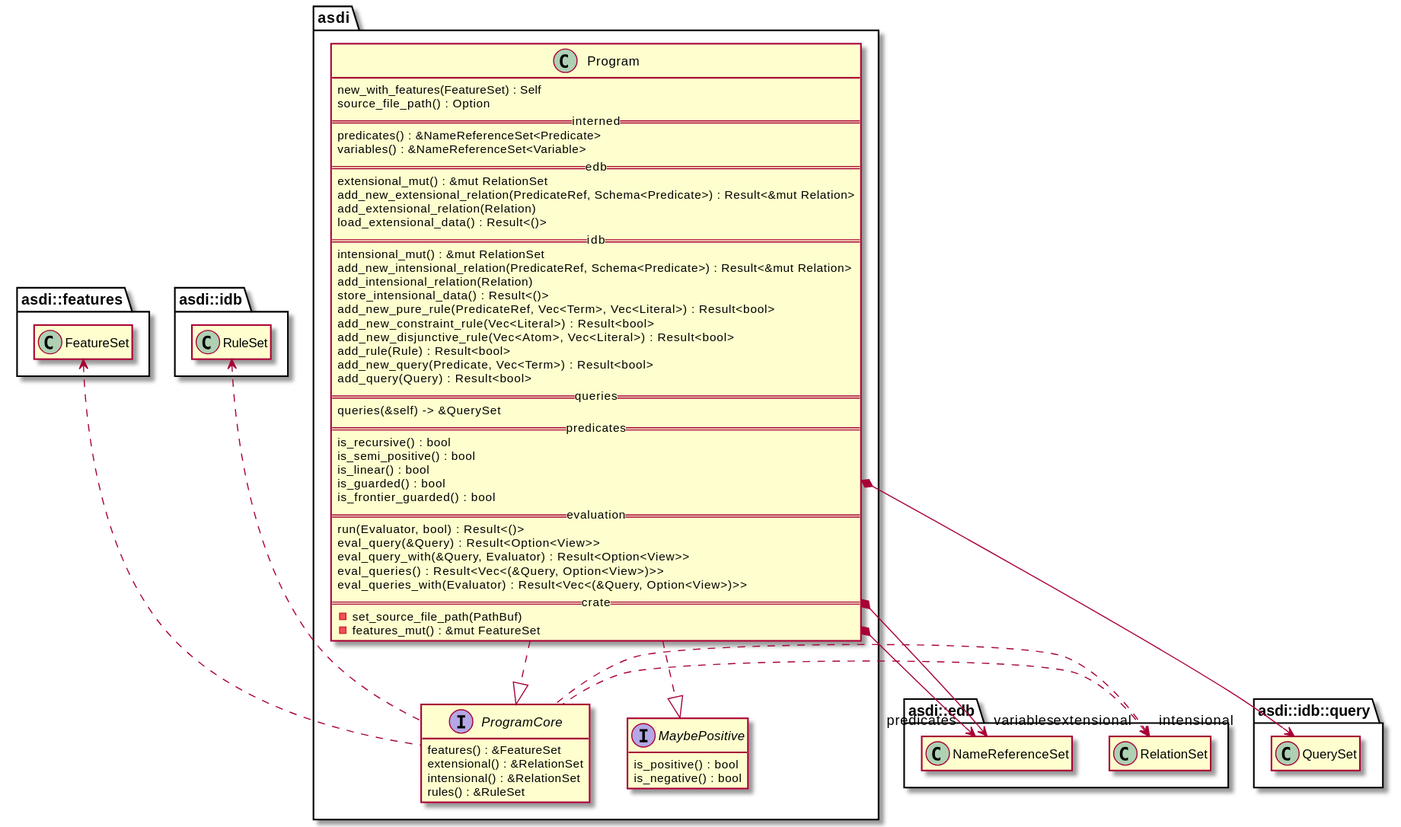
Before: book/src/model/lib_program.svg, a diagram exported from PlantUML (johnstonskj/rust-asdi).
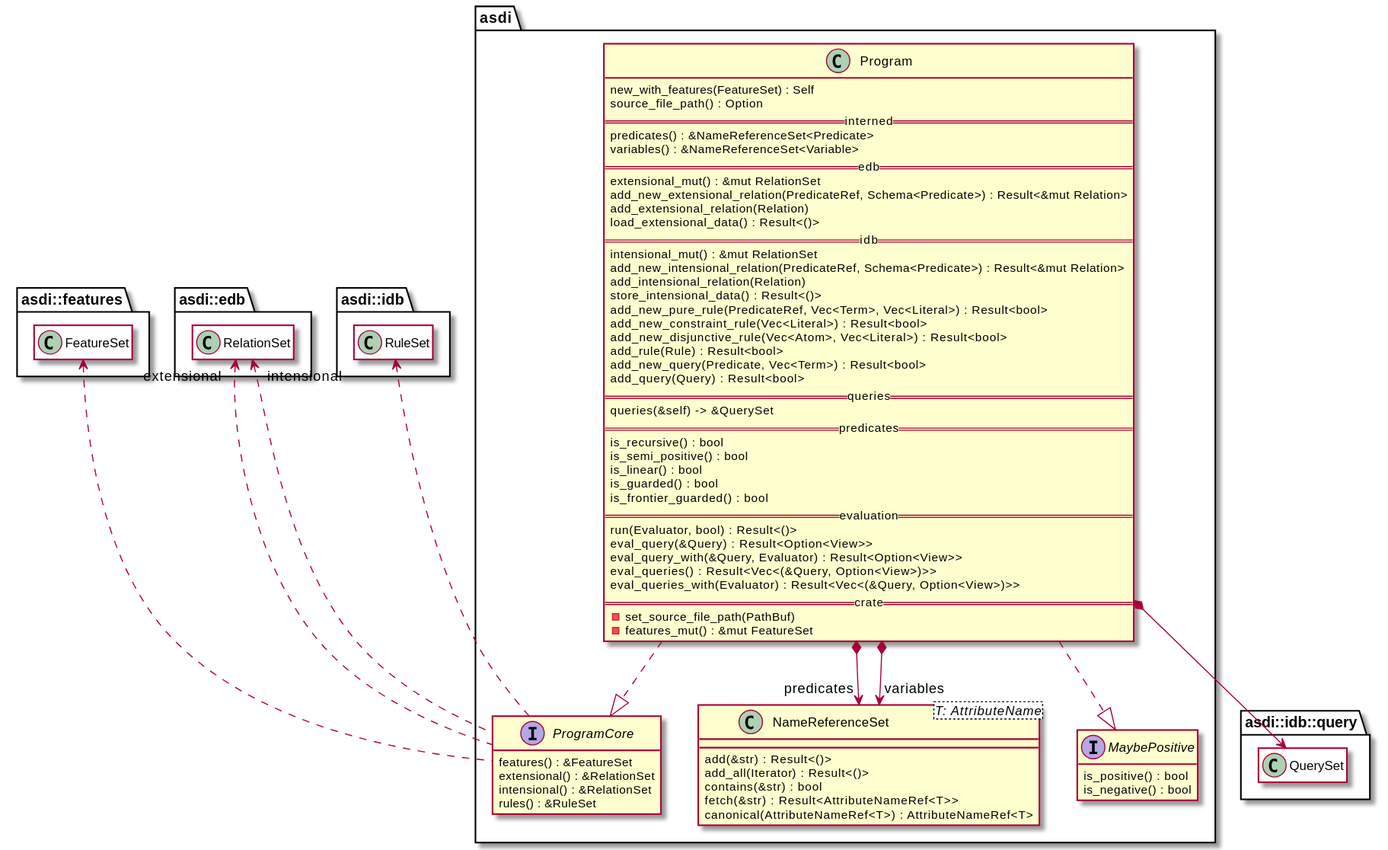
The same file after the commit.

Diff of the diagram source:
```diff
@@ -2,19 +2,16 @@
 
 !include options.plantuml
 
-class asdi::features::FeatureSet
+class asdi::features::FeatureSet #white
 hide "asdi::features::FeatureSet" members
 
-class asdi::edb::RelationSet
+class asdi::edb::RelationSet #white
 hide "asdi::edb::RelationSet" members
 
-class asdi::edb::NameReferenceSet
-hide "asdi::edb::NameReferenceSet" members
-
-class asdi::idb::RuleSet
+class asdi::idb::RuleSet #white
 hide "asdi::idb::RuleSet" members
 
-class asdi::idb::query::QuerySet
+class asdi::idb::query::QuerySet #white
 hide "asdi::idb::query::QuerySet" members
 
 namespace asdi {
@@ -29,6 +26,14 @@
         extensional() : &RelationSet
         intensional() : &RelationSet
         rules() : &RuleSet
+    }
+
+    class NameReferenceSet<T: AttributeName> {
+        add(&str) : Result<()>
+        add_all(Iterator<&str>) : Result<()>
+        contains(&str) : bool
+        fetch(&str) : Result<AttributeNameRef<T>>
+        canonical(AttributeNameRef<T>) : AttributeNameRef<T>
     }
 
     ProgramCore .up.> asdi::features::FeatureSet
@@ -79,8 +84,8 @@
 
     Program ..|> ProgramCore
     Program ..|> MaybePositive
-    Program *--> "predicates" asdi::edb::NameReferenceSet
-    Program *--> "variables" asdi::edb::NameReferenceSet
+    Program *--> "predicates" NameReferenceSet
+    Program *--> "variables" NameReferenceSet
     Program *--> asdi::idb::query::QuerySet
 
 }
```
